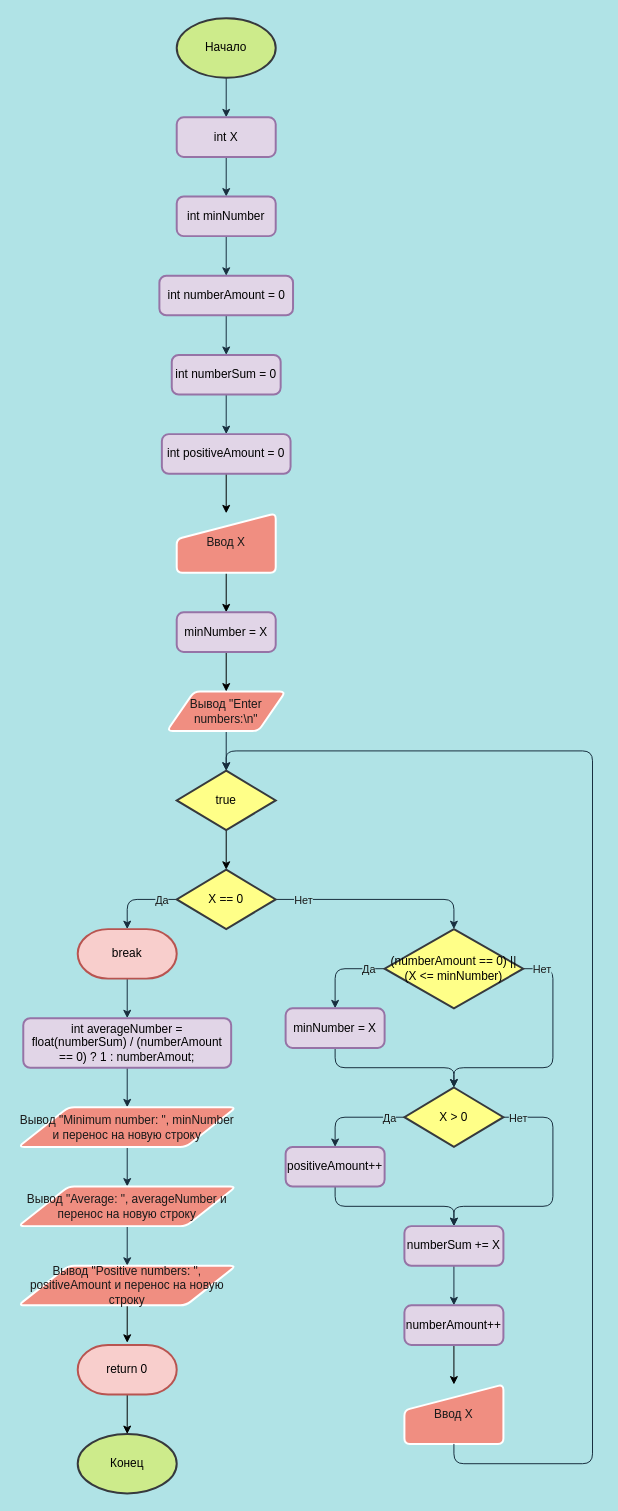
Above: page "Лабораторная работа №2" (2 of 3) of flowcharts_for_labs1-3.drawio in MoonFoxy/Programming_labs (draw.io), before the change. Source tidied: cells renumbered, new cells numbered last; positions are measured from the earlier drawing's top-left corner, leaving out a move shared by most shapes. Both pictures are drawn from the tidied source at 99%, with x=0, y=0 at pixel (18, 18).
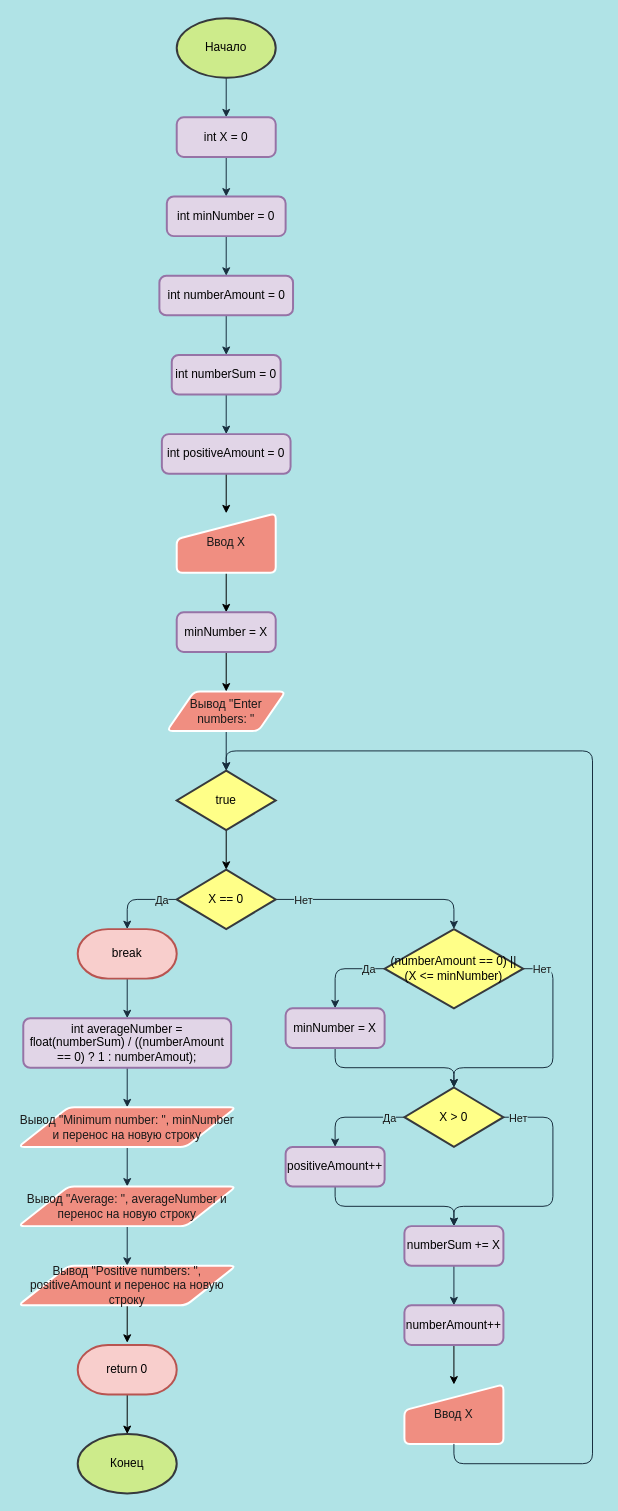
The same diagram, later.

The edit, as a diff of the source:
```diff
@@
-    <mxCell id="5" value="int X" style="whiteSpace=wrap;html=1;absoluteArcSize=1;arcSize=14;strokeWidth=2;fillColor=#e1d5e7;strokeColor=#9673a6;rounded=1;" parent="1" vertex="1">
+    <mxCell id="5" value="int X = 0" style="whiteSpace=wrap;html=1;absoluteArcSize=1;arcSize=14;strokeWidth=2;fillColor=#e1d5e7;strokeColor=#9673a6;rounded=1;" parent="1" vertex="1">
       <mxGeometry x="160" y="100" width="100" height="40" as="geometry" />
     </mxCell>
@@
-    <mxCell id="7" value="Вывод &quot;Enter numbers:\n&quot;" style="shape=parallelogram;html=1;strokeWidth=2;perimeter=parallelogramPerimeter;whiteSpace=wrap;arcSize=12;size=0.23;sketch=0;fillColor=#F08E81;fontColor=#1A1A1A;strokeColor=#FFFFFF;rounded=1;" parent="1" vertex="1">
+    <mxCell id="7" value="Вывод &quot;Enter numbers: &quot;" style="shape=parallelogram;html=1;strokeWidth=2;perimeter=parallelogramPerimeter;whiteSpace=wrap;arcSize=12;size=0.23;sketch=0;fillColor=#F08E81;fontColor=#1A1A1A;strokeColor=#FFFFFF;rounded=1;" parent="1" vertex="1">
       <mxGeometry x="150" y="680" width="120" height="40" as="geometry" />
     </mxCell>
@@
-    <mxCell id="13" value="int minNumber" style="whiteSpace=wrap;html=1;absoluteArcSize=1;arcSize=14;strokeWidth=2;fillColor=#e1d5e7;strokeColor=#9673a6;rounded=1;" parent="1" vertex="1">
-      <mxGeometry x="160" y="180" width="100" height="40" as="geometry" />
+    <mxCell id="13" value="int minNumber = 0" style="whiteSpace=wrap;html=1;absoluteArcSize=1;arcSize=14;strokeWidth=2;fillColor=#e1d5e7;strokeColor=#9673a6;rounded=1;" parent="1" vertex="1">
+      <mxGeometry x="150" y="180" width="120" height="40" as="geometry" />
     </mxCell>
@@
-    <mxCell id="27" value="int averageNumber = float(numberSum) / (numberAmount == 0) ? 1 : numberAmout;" style="whiteSpace=wrap;html=1;absoluteArcSize=1;arcSize=14;strokeWidth=2;fillColor=#e1d5e7;strokeColor=#9673a6;rounded=1;" parent="1" vertex="1">
+    <mxCell id="27" value="int averageNumber = float(numberSum) / ((numberAmount == 0) ? 1 : numberAmout);" style="whiteSpace=wrap;html=1;absoluteArcSize=1;arcSize=14;strokeWidth=2;fillColor=#e1d5e7;strokeColor=#9673a6;rounded=1;" parent="1" vertex="1">
       <mxGeometry x="5" y="1010" width="210" height="50" as="geometry" />
     </mxCell>
```
